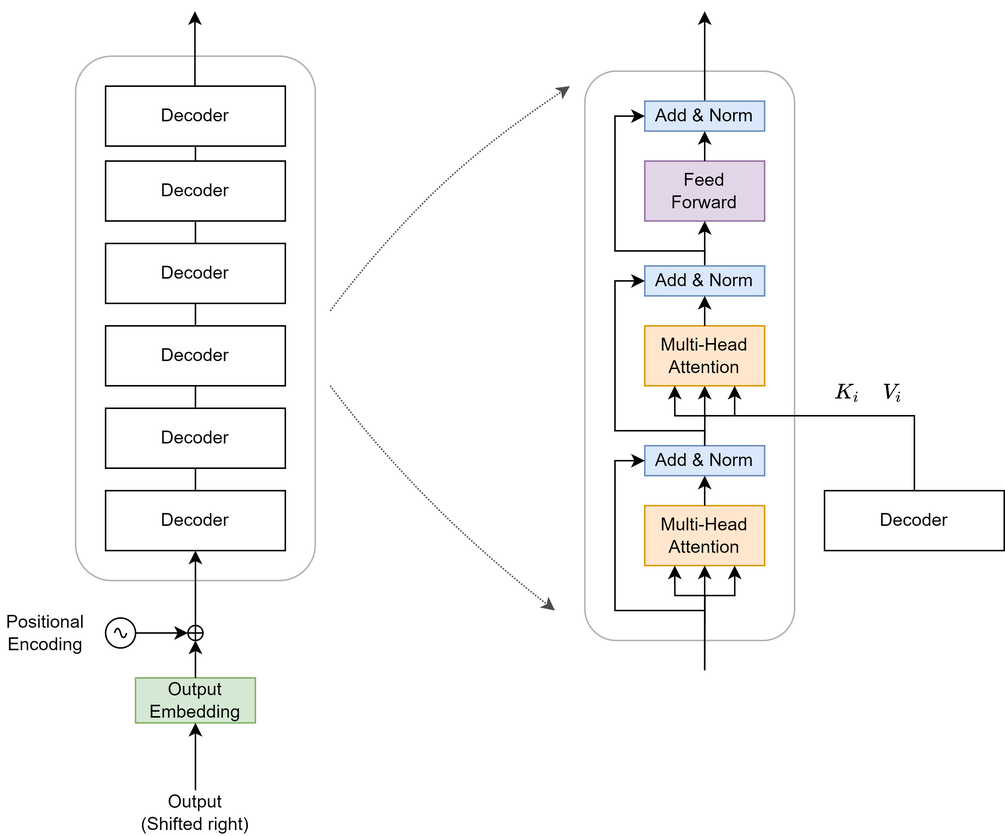
Earlier version of the draw.io export imgs/nlp-self-attention-transformer-7.png (hxca/imgrepo). Source tidied: cells renumbered, new cells last; positions are measured from the earlier drawing's top-left corner, leaving out a move shared by most shapes.
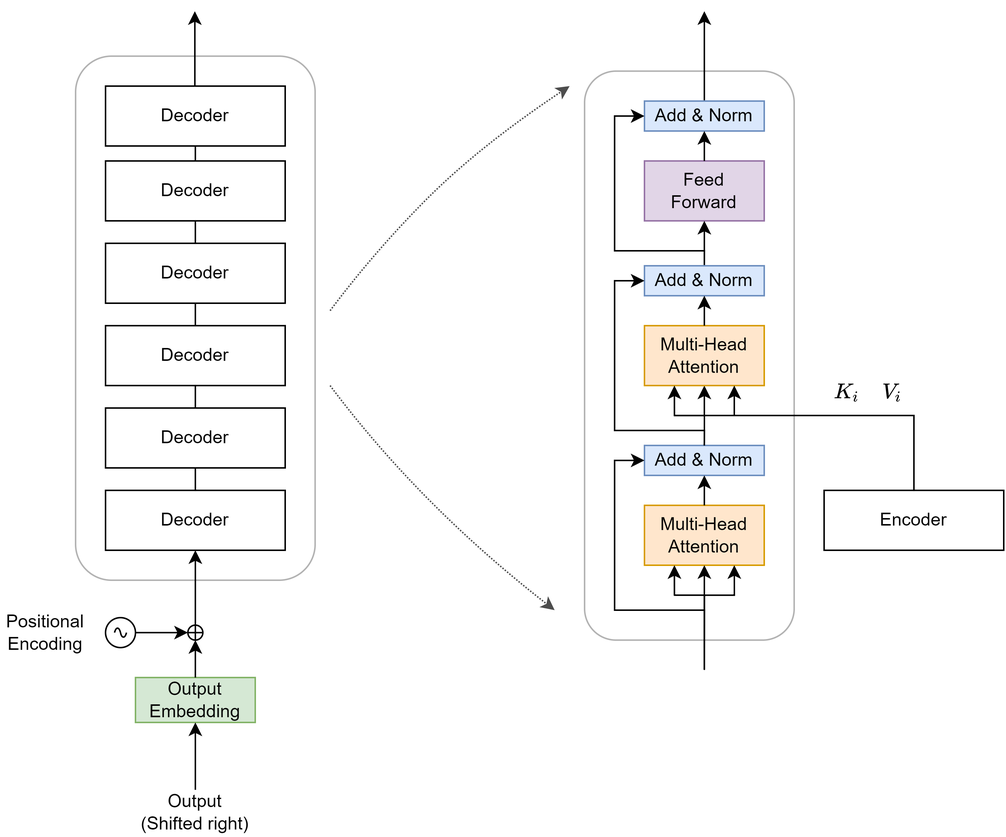
Above is the later version.

What changed in the source:
```diff
@@ -205,7 +205,7 @@
         </Array>
       </mxGeometry>
     </mxCell>
-    <mxCell id="47" value="Decoder" style="rounded=0;whiteSpace=wrap;html=1;" parent="1" vertex="1">
+    <mxCell id="47" value="Encoder" style="rounded=0;whiteSpace=wrap;html=1;" parent="1" vertex="1">
       <mxGeometry x="550" y="320" width="120" height="40" as="geometry" />
     </mxCell>
     <mxCell id="48" value="$$K_i \quad V_i$$" style="text;html=1;strokeColor=none;fillColor=none;align=center;verticalAlign=middle;whiteSpace=wrap;rounded=0;fontColor=#000000;opacity=30;" parent="1" vertex="1">
```
